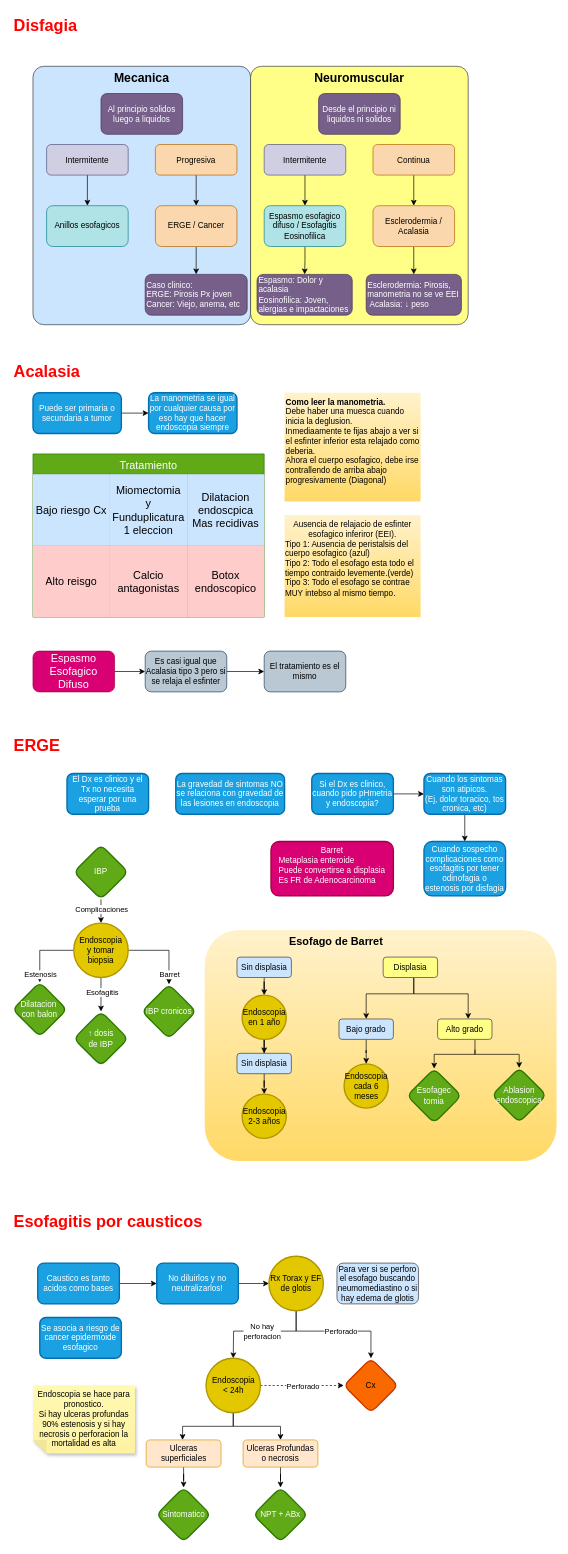
The draw.io diagram Gastro.drawio in Santicabal/Apuntes, before the edit. Source tidied: cells renumbered, new cells numbered last; positions are measured from the earlier drawing's top-left corner, leaving out a move shared by most shapes. Both pictures are drawn from the tidied source at 68%, with x=0, y=0 at pixel (12, 12).
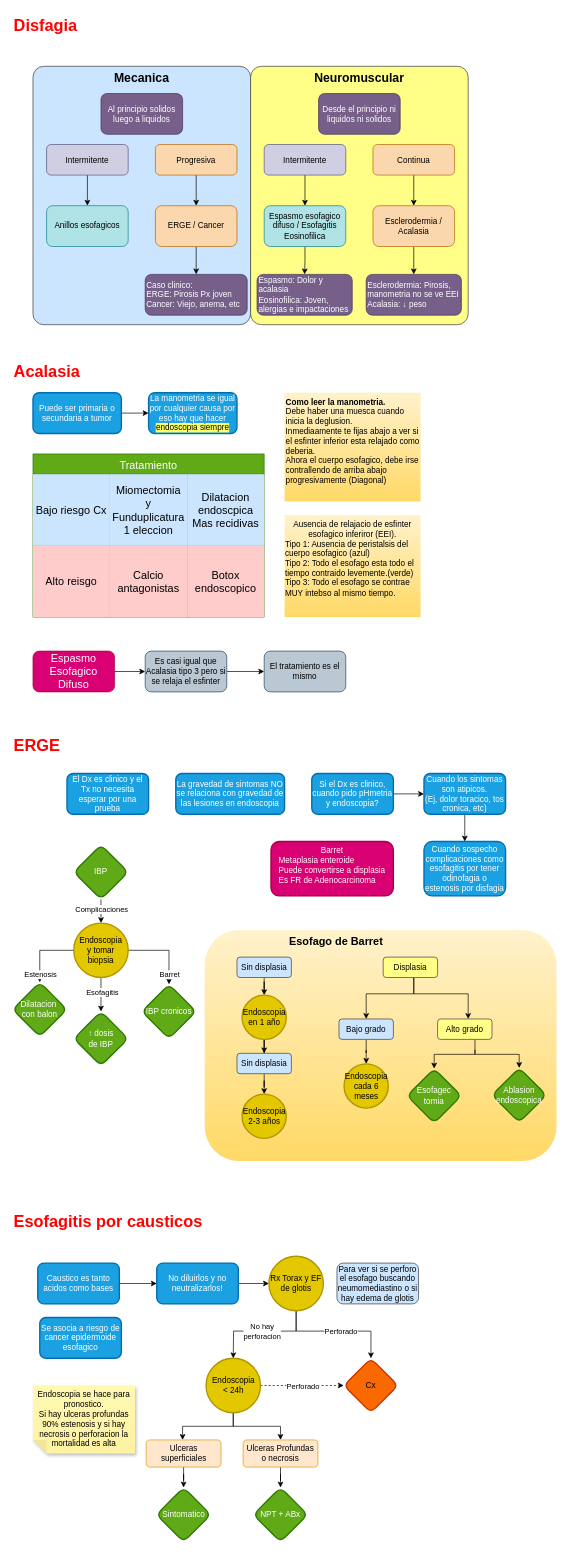
Above is the later version.

Change to the diagram source:
```diff
@@
-    <mxCell id="22" value="Esclerodermia: Pirosis, manometria no se ve EEI&lt;br&gt;&amp;nbsp;Acalasia: ↓ peso" style="rounded=1;whiteSpace=wrap;html=1;align=left;fillColor=#76608a;fontColor=#ffffff;strokeColor=#432D57;" parent="1" vertex="1">
+    <mxCell id="22" value="Esclerodermia: Pirosis, manometria no se ve EEI&lt;br&gt;Acalasia: ↓ peso" style="rounded=1;whiteSpace=wrap;html=1;align=left;fillColor=#76608a;fontColor=#ffffff;strokeColor=#432D57;" parent="1" vertex="1">
       <mxGeometry x="520" y="386" width="140" height="60" as="geometry" />
     </mxCell>
@@
-    <mxCell id="28" value="La manometria se igual por cualquier causa por eso hay que hacer endoscopia siempre" style="rounded=1;whiteSpace=wrap;html=1;fillColor=#1ba1e2;fontColor=#ffffff;strokeColor=#006EAF;strokeWidth=2;" parent="1" vertex="1">
+    <mxCell id="28" value="La manometria se igual por cualquier causa por eso hay que hacer &lt;font color=&quot;#000000&quot;&gt;&lt;span style=&quot;background-color: rgb(255, 255, 102);&quot;&gt;endoscopia siempre&lt;/span&gt;&lt;/font&gt;" style="rounded=1;whiteSpace=wrap;html=1;fillColor=#1ba1e2;fontColor=#ffffff;strokeColor=#006EAF;strokeWidth=2;" parent="1" vertex="1">
       <mxGeometry x="200" y="560" width="130" height="60" as="geometry" />
     </mxCell>
```
